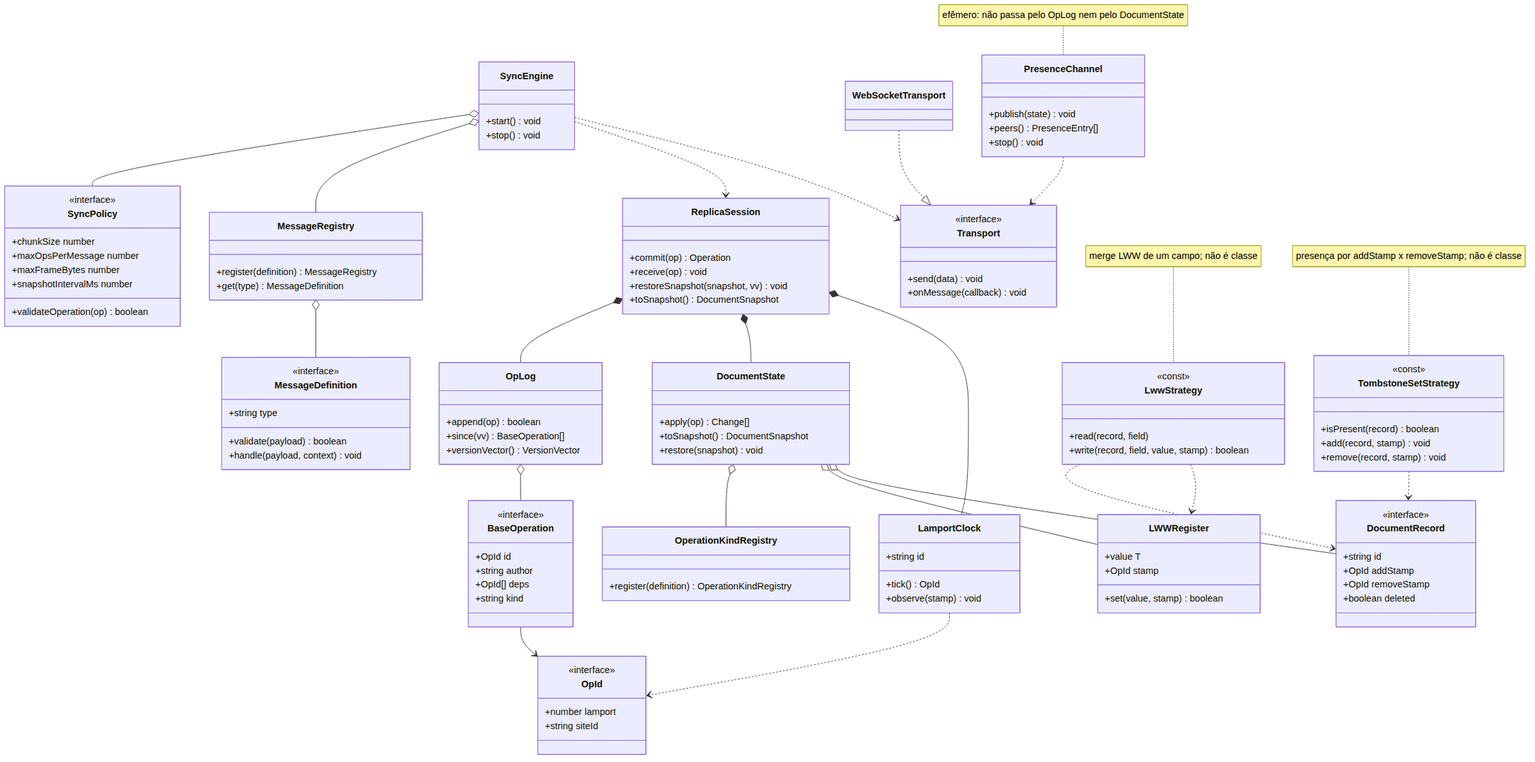
Earlier version of the Mermaid export docs/diagrams/out/b4-crdt-sync.png (ssugary/BlenderPDS). Its source is kept beside it as docs/diagrams/src/b4-crdt-sync.mmd. Source of this version:
```mermaid
classDiagram
    classDef frozen fill:#dbeafe,stroke:#1e40af,color:#0f172a
    classDef hotspot fill:#fef3c7,stroke:#b45309,color:#0f172a
    classDef app fill:#dcfce7,stroke:#166534,color:#0f172a

    class DocumentRecord {
        <<interface>>
        +string id
        +OpId addStamp
        +OpId removeStamp
        +boolean deleted
    }
    class BaseOperation {
        <<interface>>
        +OpId id
        +string author
        +OpId[] deps
        +string kind
    }
    class OpId {
        <<interface>>
        +number lamport
        +string siteId
    }
    class LamportClock {
        +string id
        +tick() OpId
        +observe(stamp) void
    }
    class OpLog {
        +append(op) boolean
        +since(vv) BaseOperation[]
        +versionVector() VersionVector
    }
    class LWWRegister {
        +value T
        +OpId stamp
        +set(value, stamp) boolean
    }
    class DocumentState {
        +apply(op) Change[]
        +toSnapshot() DocumentSnapshot
        +restore(snapshot) void
    }
    class OperationKindRegistry {
        +register(definition) OperationKindRegistry
    }
    class LwwStrategy {
        <<const>>
        +read(record, field)
        +write(record, field, value, stamp) boolean
    }
    class TombstoneSetStrategy {
        <<const>>
        +isPresent(record) boolean
        +add(record, stamp) void
        +remove(record, stamp) void
    }
    class ReplicaSession {
        +commit(op) Operation
        +receive(op) void
        +restoreSnapshot(snapshot, vv) void
        +toSnapshot() DocumentSnapshot
    }
    class SyncEngine {
        +start() void
        +stop() void
    }
    class SyncPolicy {
        <<interface>>
        +chunkSize number
        +maxOpsPerMessage number
        +maxFrameBytes number
        +snapshotIntervalMs number
        +validateOperation(op) boolean
    }
    class MessageRegistry {
        +register(definition) MessageRegistry
        +get(type) MessageDefinition
    }
    class MessageDefinition {
        <<interface>>
        +string type
        +validate(payload) boolean
        +handle(payload, context) void
    }
    class Transport {
        <<interface>>
        +send(data) void
        +onMessage(callback) void
    }
    class WebSocketTransport
    class PresenceChannel {
        +publish(state) void
        +peers() PresenceEntry[]
        +stop() void
    }

    OpLog o-- BaseOperation
    BaseOperation --> OpId
    LamportClock ..> OpId
    DocumentState o-- OperationKindRegistry
    DocumentState o-- LWWRegister
    LwwStrategy ..> DocumentRecord
    LwwStrategy ..> LWWRegister
    TombstoneSetStrategy ..> DocumentRecord
    DocumentState o-- DocumentRecord
    ReplicaSession *-- OpLog
    ReplicaSession *-- DocumentState
    ReplicaSession *-- LamportClock
    SyncEngine o-- SyncPolicy
    SyncEngine o-- MessageRegistry
    SyncEngine ..> ReplicaSession
    MessageRegistry o-- MessageDefinition
    WebSocketTransport ..|> Transport
    PresenceChannel ..> Transport
    SyncEngine ..> Transport

    note for PresenceChannel "efêmero: não passa pelo OpLog nem pelo DocumentState"
    note for LwwStrategy "merge LWW de um campo; não é classe"
    note for TombstoneSetStrategy "presença por addStamp x removeStamp; não é classe"

    cssClass "DocumentRecord,BaseOperation,OpId,LamportClock,OpLog,LWWRegister,DocumentState,OperationKindRegistry,MessageRegistry,MessageDefinition,SyncEngine,Transport,WebSocketTransport,PresenceChannel" frozen
    cssClass "SyncPolicy" hotspot
    cssClass "LwwStrategy,TombstoneSetStrategy" hotspot
    cssClass "ReplicaSession" app
```
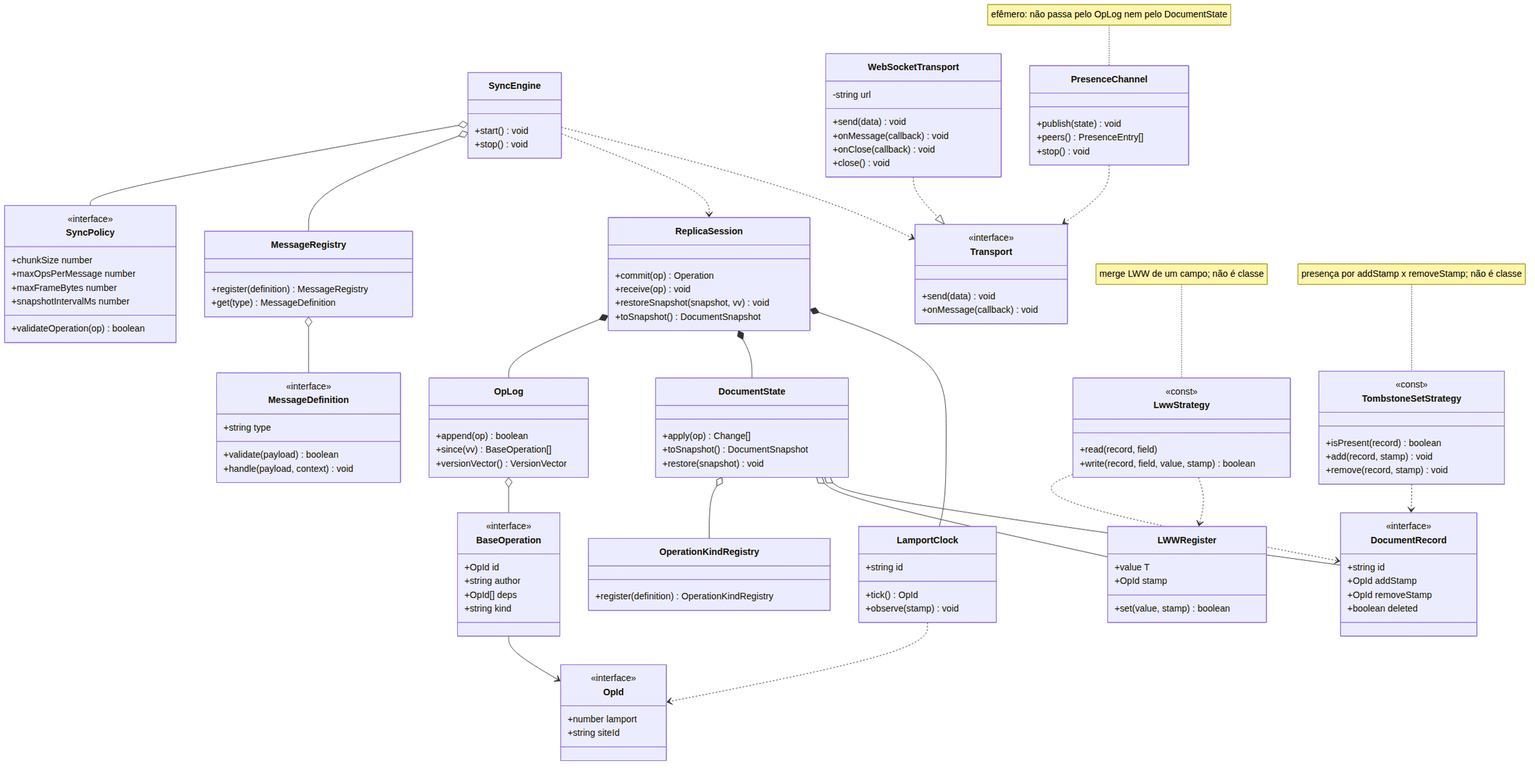
After the commit.

Change to the diagram source:
```diff
@@ -89,7 +89,13 @@
         +send(data) void
         +onMessage(callback) void
     }
-    class WebSocketTransport
+    class WebSocketTransport {
+    -string url
+    +send(data) void
+    +onMessage(callback) void
+    +onClose(callback) void
+    +close() void
+    }
     class PresenceChannel {
         +publish(state) void
         +peers() PresenceEntry[]
```
